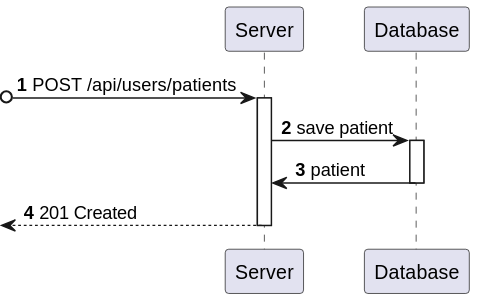
Above: docs/sprint-a/us-5.1.3/views/level3/process-view.svg in 1220846/sem5pi-24-25-3ddg20 (PlantUML), before the change.
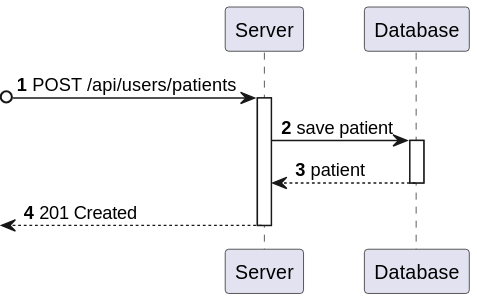
After the commit.

What changed in the source:
```diff
@@ -12,7 +12,7 @@
 
     activate Database
 
-        Database -> Server : patient
+        Database --> Server : patient
 
     deactivate Database
 
```
